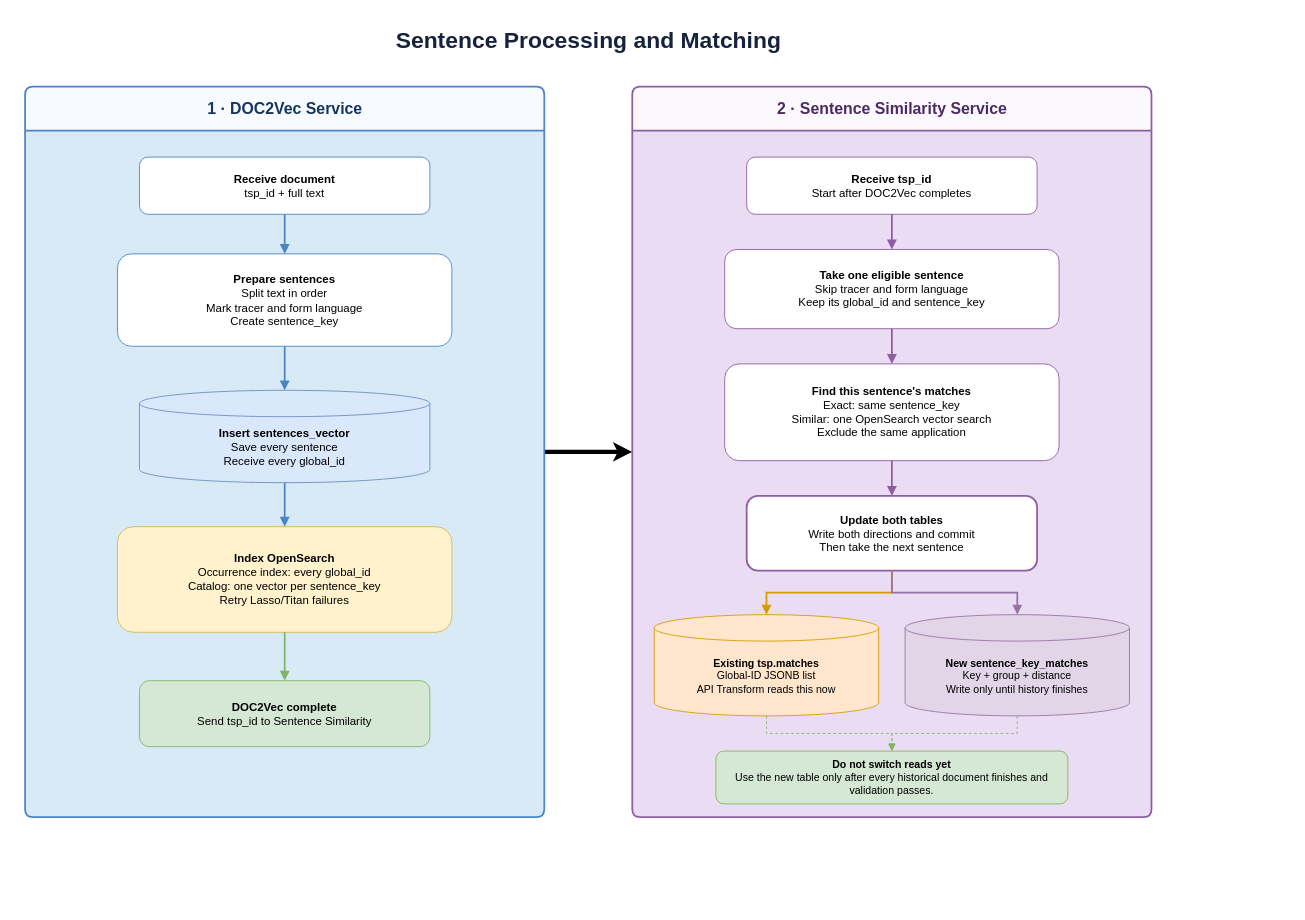
This is sentence-semantic-search/FINAL_SENTENCE_PROCESSING_ARCHITECTURE.drawio from anishniroula1/cake-factory, a draw.io file, before an edit. Source tidied: cells renumbered, new cells numbered last; positions are measured from the earlier drawing's top-left corner, leaving out a move shared by most shapes. Both pictures are drawn from the tidied source at 88%, with x=0, y=0 at pixel (25, 20).
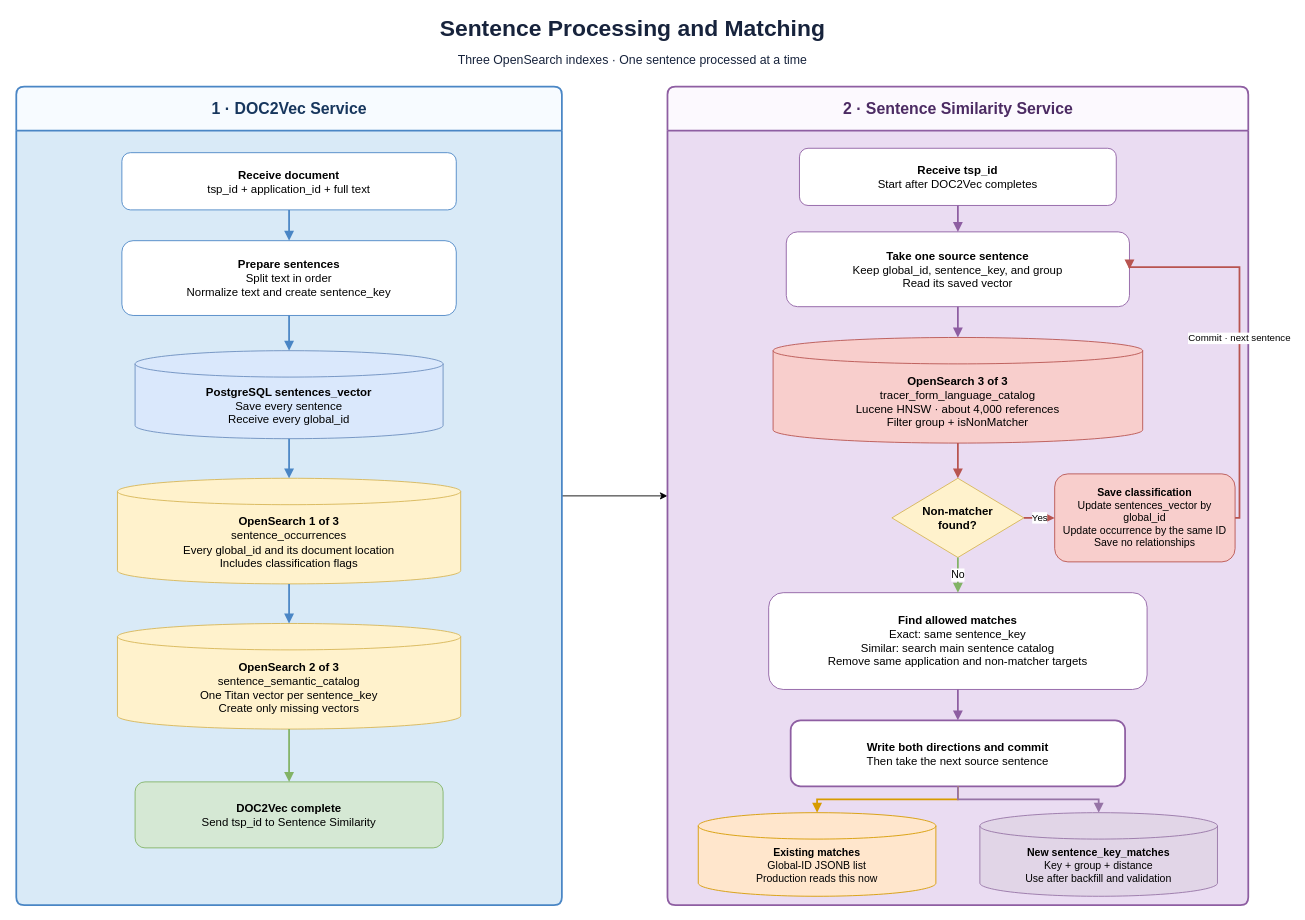
After the change.

The edit, as a diff of the source:
```diff
@@
-    <mxCell id="2" value="&lt;b&gt;Sentence Processing and Matching&lt;/b&gt;" style="text;html=1;align=center;verticalAlign=middle;fontSize=26;fontColor=#17233C;" parent="1" vertex="1">
-      <mxGeometry x="340" width="600" height="45" as="geometry" />
+    <mxCell id="2" value="&lt;b&gt;Sentence Processing and Matching&lt;/b&gt;&lt;br&gt;&lt;font style=&quot;font-size:14px&quot;&gt;Three OpenSearch indexes · One sentence processed at a time&lt;/font&gt;" style="text;html=1;align=center;verticalAlign=middle;fontSize=26;fontColor=#17233C;" parent="1" vertex="1">
+      <mxGeometry x="340" y="-5" width="700" height="60" as="geometry" />
     </mxCell>
-    <mxCell id="3" style="edgeStyle=orthogonalEdgeStyle;rounded=0;jettySize=auto;html=1;entryX=0;entryY=0.5;entryDx=0;entryDy=0;strokeWidth=5;" parent="1" edge="1" source="4" target="14">
+    <mxCell id="3" style="edgeStyle=orthogonalEdgeStyle;rounded=0;jettySize=auto;html=1;entryX=0;entryY=0.5;entryDx=0;entryDy=0;" parent="1" edge="1" source="4" target="14">
       <mxGeometry relative="1" as="geometry" />
     </mxCell>
     <mxCell id="4" value="&lt;b&gt;1 · DOC2Vec Service&lt;/b&gt;" style="swimlane;html=1;horizontal=1;startSize=50;rounded=1;arcSize=6;fillColor=#F7FBFF;swimlaneFillColor=#D9EAF7;strokeColor=#4A86C5;strokeWidth=2;fontColor=#17365D;fontSize=18;" parent="1" vertex="1">
-      <mxGeometry y="75" width="590" height="830" as="geometry" />
+      <mxGeometry x="-10" y="75" width="620" height="930" as="geometry" />
     </mxCell>
-    <mxCell id="5" value="&lt;b&gt;Receive document&lt;/b&gt;&lt;br&gt;tsp_id + full text" style="rounded=1;whiteSpace=wrap;html=1;fillColor=#FFFFFF;strokeColor=#4A86C5;fontSize=13;" parent="4" vertex="1">
-      <mxGeometry x="130" y="80" width="330" height="65" as="geometry" />
+    <mxCell id="5" value="&lt;b&gt;Receive document&lt;/b&gt;&lt;br&gt;tsp_id + application_id + full text" style="rounded=1;whiteSpace=wrap;html=1;fillColor=#FFFFFF;strokeColor=#4A86C5;fontSize=13;" parent="4" vertex="1">
+      <mxGeometry x="120" y="75" width="380" height="65" as="geometry" />
     </mxCell>
-    <mxCell id="6" value="&lt;b&gt;Prepare sentences&lt;/b&gt;&lt;br&gt;Split text in order&lt;br&gt;Mark tracer and form language&lt;br&gt;Create sentence_key" style="rounded=1;whiteSpace=wrap;html=1;fillColor=#FFFFFF;strokeColor=#4A86C5;fontSize=13;" parent="4" vertex="1">
-      <mxGeometry x="105" y="190" width="380" height="105" as="geometry" />
+    <mxCell id="6" value="&lt;b&gt;Prepare sentences&lt;/b&gt;&lt;br&gt;Split text in order&lt;br&gt;Normalize text and create sentence_key" style="rounded=1;whiteSpace=wrap;html=1;fillColor=#FFFFFF;strokeColor=#4A86C5;fontSize=13;" parent="4" vertex="1">
+      <mxGeometry x="120" y="175" width="380" height="85" as="geometry" />
     </mxCell>
-    <mxCell id="7" value="&lt;b&gt;Insert sentences_vector&lt;/b&gt;&lt;br&gt;Save every sentence&lt;br&gt;Receive every global_id" style="shape=cylinder3;whiteSpace=wrap;html=1;boundedLbl=1;backgroundOutline=1;fillColor=#DAE8FC;strokeColor=#6C8EBF;fontSize=13;" parent="4" vertex="1">
-      <mxGeometry x="130" y="345" width="330" height="105" as="geometry" />
+    <mxCell id="7" value="&lt;b&gt;PostgreSQL sentences_vector&lt;/b&gt;&lt;br&gt;Save every sentence&lt;br&gt;Receive every global_id" style="shape=cylinder3;whiteSpace=wrap;html=1;boundedLbl=1;backgroundOutline=1;fillColor=#DAE8FC;strokeColor=#6C8EBF;fontSize=13;" parent="4" vertex="1">
+      <mxGeometry x="135" y="300" width="350" height="100" as="geometry" />
     </mxCell>
-    <mxCell id="8" value="&lt;b&gt;Index OpenSearch&lt;/b&gt;&lt;br&gt;Occurrence index: every global_id&lt;br&gt;Catalog: one vector per sentence_key&lt;br&gt;Retry Lasso/Titan failures" style="rounded=1;whiteSpace=wrap;html=1;fillColor=#FFF2CC;strokeColor=#D6B656;fontSize=13;" parent="4" vertex="1">
-      <mxGeometry x="105" y="500" width="380" height="120" as="geometry" />
-    </mxCell>
+    <mxCell id="29" value="&lt;b&gt;OpenSearch 1 of 3&lt;/b&gt;&lt;br&gt;sentence_occurrences&lt;br&gt;Every global_id and its document location&lt;br&gt;Includes classification flags" style="shape=cylinder3;whiteSpace=wrap;html=1;boundedLbl=1;backgroundOutline=1;fillColor=#FFF2CC;strokeColor=#D6B656;fontSize=13;" parent="4" vertex="1">
+      <mxGeometry x="115" y="445" width="390" height="120" as="geometry" />
+    </mxCell>
+    <mxCell id="30" value="&lt;b&gt;OpenSearch 2 of 3&lt;/b&gt;&lt;br&gt;sentence_semantic_catalog&lt;br&gt;One Titan vector per sentence_key&lt;br&gt;Create only missing vectors" style="shape=cylinder3;whiteSpace=wrap;html=1;boundedLbl=1;backgroundOutline=1;fillColor=#FFF2CC;strokeColor=#D6B656;fontSize=13;" parent="4" vertex="1">
+      <mxGeometry x="115" y="610" width="390" height="120" as="geometry" />
+    </mxCell>
     <mxCell id="9" value="&lt;b&gt;DOC2Vec complete&lt;/b&gt;&lt;br&gt;Send tsp_id to Sentence Similarity" style="rounded=1;whiteSpace=wrap;html=1;fillColor=#D5E8D4;strokeColor=#82B366;fontSize=13;" parent="4" vertex="1">
-      <mxGeometry x="130" y="675" width="330" height="75" as="geometry" />
+      <mxGeometry x="135" y="790" width="350" height="75" as="geometry" />
     </mxCell>
@@
-    <mxCell id="12" style="edgeStyle=orthogonalEdgeStyle;rounded=0;html=1;endArrow=block;endFill=1;strokeColor=#4A86C5;strokeWidth=2;" parent="4" edge="1" source="7" target="8">
+    <mxCell id="12" style="edgeStyle=orthogonalEdgeStyle;rounded=0;html=1;endArrow=block;endFill=1;strokeColor=#4A86C5;strokeWidth=2;" parent="4" edge="1" source="7" target="29">
       <mxGeometry relative="1" as="geometry" />
     </mxCell>
-    <mxCell id="13" style="edgeStyle=orthogonalEdgeStyle;rounded=0;html=1;endArrow=block;endFill=1;strokeColor=#82B366;strokeWidth=2;" parent="4" edge="1" source="8" target="9">
+    <mxCell id="13" style="edgeStyle=orthogonalEdgeStyle;rounded=0;html=1;endArrow=block;endFill=1;strokeColor=#4A86C5;strokeWidth=2;" parent="4" edge="1" source="29" target="30">
       <mxGeometry relative="1" as="geometry" />
     </mxCell>
+    <mxCell id="22" style="edgeStyle=orthogonalEdgeStyle;rounded=0;html=1;endArrow=block;endFill=1;strokeColor=#82B366;strokeWidth=2;" parent="4" edge="1" source="30" target="9">
+      <mxGeometry relative="1" as="geometry" />
+    </mxCell>
     <mxCell id="14" value="&lt;b&gt;2 · Sentence Similarity Service&lt;/b&gt;" style="swimlane;html=1;horizontal=1;startSize=50;rounded=1;arcSize=6;fillColor=#FCF9FE;swimlaneFillColor=#EADCF2;strokeColor=#8E5EA2;strokeWidth=2;fontColor=#4C2B63;fontSize=18;" parent="1" vertex="1">
-      <mxGeometry x="690" y="75" width="590" height="830" as="geometry" />
+      <mxGeometry x="730" y="75" width="660" height="930" as="geometry" />
     </mxCell>
     <mxCell id="15" value="&lt;b&gt;Receive tsp_id&lt;/b&gt;&lt;br&gt;Start after DOC2Vec completes" style="rounded=1;whiteSpace=wrap;html=1;fillColor=#FFFFFF;strokeColor=#8E5EA2;fontSize=13;" parent="14" vertex="1">
-      <mxGeometry x="130" y="80" width="330" height="65" as="geometry" />
+      <mxGeometry x="150" y="70" width="360" height="65" as="geometry" />
     </mxCell>
-    <mxCell id="16" value="&lt;b&gt;Take one eligible sentence&lt;/b&gt;&lt;br&gt;Skip tracer and form language&lt;br&gt;Keep its global_id and sentence_key" style="rounded=1;whiteSpace=wrap;html=1;fillColor=#FFFFFF;strokeColor=#8E5EA2;fontSize=13;" parent="14" vertex="1">
-      <mxGeometry x="105" y="185" width="380" height="90" as="geometry" />
+    <mxCell id="16" value="&lt;b&gt;Take one source sentence&lt;/b&gt;&lt;br&gt;Keep global_id, sentence_key, and group&lt;br&gt;Read its saved vector" style="rounded=1;whiteSpace=wrap;html=1;fillColor=#FFFFFF;strokeColor=#8E5EA2;fontSize=13;" parent="14" vertex="1">
+      <mxGeometry x="135" y="165" width="390" height="85" as="geometry" />
     </mxCell>
+    <mxCell id="31" value="&lt;b&gt;OpenSearch 3 of 3&lt;/b&gt;&lt;br&gt;tracer_form_language_catalog&lt;br&gt;Lucene HNSW · about 4,000 references&lt;br&gt;Filter group + isNonMatcher" style="shape=cylinder3;whiteSpace=wrap;html=1;boundedLbl=1;backgroundOutline=1;fillColor=#F8CECC;strokeColor=#B85450;fontSize=13;" parent="14" vertex="1">
+      <mxGeometry x="120" y="285" width="420" height="120" as="geometry" />
+    </mxCell>
+    <mxCell id="32" value="&lt;b&gt;Non-matcher&lt;br&gt;found?&lt;/b&gt;" style="rhombus;whiteSpace=wrap;html=1;fillColor=#FFF2CC;strokeColor=#D6B656;fontSize=13;" parent="14" vertex="1">
+      <mxGeometry x="255" y="445" width="150" height="90" as="geometry" />
+    </mxCell>
+    <mxCell id="33" value="&lt;b&gt;Save classification&lt;/b&gt;&lt;br&gt;Update sentences_vector by global_id&lt;br&gt;Update occurrence by the same ID&lt;br&gt;Save no relationships" style="rounded=1;whiteSpace=wrap;html=1;fillColor=#F8CECC;strokeColor=#B85450;fontSize=12;" parent="14" vertex="1">
+      <mxGeometry x="440" y="440" width="205" height="100" as="geometry" />
+    </mxCell>
-    <mxCell id="17" value="&lt;b&gt;Find this sentence's matches&lt;/b&gt;&lt;br&gt;Exact: same sentence_key&lt;br&gt;Similar: one OpenSearch vector search&lt;br&gt;Exclude the same application" style="rounded=1;whiteSpace=wrap;html=1;fillColor=#FFFFFF;strokeColor=#8E5EA2;fontSize=13;" parent="14" vertex="1">
-      <mxGeometry x="105" y="315" width="380" height="110" as="geometry" />
+    <mxCell id="17" value="&lt;b&gt;Find allowed matches&lt;/b&gt;&lt;br&gt;Exact: same sentence_key&lt;br&gt;Similar: search main sentence catalog&lt;br&gt;Remove same application and non-matcher targets" style="rounded=1;whiteSpace=wrap;html=1;fillColor=#FFFFFF;strokeColor=#8E5EA2;fontSize=13;" parent="14" vertex="1">
+      <mxGeometry x="115" y="575" width="430" height="110" as="geometry" />
     </mxCell>
-    <mxCell id="18" value="&lt;b&gt;Update both tables&lt;/b&gt;&lt;br&gt;Write both directions and commit&lt;br&gt;Then take the next sentence" style="rounded=1;whiteSpace=wrap;html=1;fillColor=#FFFFFF;strokeColor=#8E5EA2;strokeWidth=2;fontSize=13;" parent="14" vertex="1">
-      <mxGeometry x="130" y="465" width="330" height="85" as="geometry" />
+    <mxCell id="18" value="&lt;b&gt;Write both directions and commit&lt;/b&gt;&lt;br&gt;Then take the next source sentence" style="rounded=1;whiteSpace=wrap;html=1;fillColor=#FFFFFF;strokeColor=#8E5EA2;strokeWidth=2;fontSize=13;" parent="14" vertex="1">
+      <mxGeometry x="140" y="720" width="380" height="75" as="geometry" />
     </mxCell>
-    <mxCell id="19" value="&lt;b&gt;Existing tsp.matches&lt;/b&gt;&lt;br&gt;Global-ID JSONB list&lt;br&gt;API Transform reads this now" style="shape=cylinder3;whiteSpace=wrap;html=1;boundedLbl=1;backgroundOutline=1;fillColor=#FFE6CC;strokeColor=#D79B00;fontSize=12;" parent="14" vertex="1">
-      <mxGeometry x="25" y="600" width="255" height="115" as="geometry" />
+    <mxCell id="19" value="&lt;b&gt;Existing matches&lt;/b&gt;&lt;br&gt;Global-ID JSONB list&lt;br&gt;Production reads this now" style="shape=cylinder3;whiteSpace=wrap;html=1;boundedLbl=1;backgroundOutline=1;fillColor=#FFE6CC;strokeColor=#D79B00;fontSize=12;" parent="14" vertex="1">
+      <mxGeometry x="35" y="825" width="270" height="95" as="geometry" />
     </mxCell>
-    <mxCell id="20" value="&lt;b&gt;New sentence_key_matches&lt;/b&gt;&lt;br&gt;Key + group + distance&lt;br&gt;Write only until history finishes" style="shape=cylinder3;whiteSpace=wrap;html=1;boundedLbl=1;backgroundOutline=1;fillColor=#E1D5E7;strokeColor=#9673A6;fontSize=12;" parent="14" vertex="1">
-      <mxGeometry x="310" y="600" width="255" height="115" as="geometry" />
+    <mxCell id="20" value="&lt;b&gt;New sentence_key_matches&lt;/b&gt;&lt;br&gt;Key + group + distance&lt;br&gt;Use after backfill and validation" style="shape=cylinder3;whiteSpace=wrap;html=1;boundedLbl=1;backgroundOutline=1;fillColor=#E1D5E7;strokeColor=#9673A6;fontSize=12;" parent="14" vertex="1">
+      <mxGeometry x="355" y="825" width="270" height="95" as="geometry" />
     </mxCell>
-    <mxCell id="21" value="&lt;b&gt;Do not switch reads yet&lt;/b&gt;&lt;br&gt;Use the new table only after every historical document finishes and validation passes." style="rounded=1;whiteSpace=wrap;html=1;fillColor=#D5E8D4;strokeColor=#82B366;fontSize=12;" parent="14" vertex="1">
-      <mxGeometry x="95" y="755" width="400" height="60" as="geometry" />
-    </mxCell>
-    <mxCell id="22" style="edgeStyle=orthogonalEdgeStyle;rounded=0;html=1;endArrow=block;endFill=1;strokeColor=#8E5EA2;strokeWidth=2;" parent="14" edge="1" source="15" target="16">
-      <mxGeometry relative="1" as="geometry" />
-    </mxCell>
-    <mxCell id="23" style="edgeStyle=orthogonalEdgeStyle;rounded=0;html=1;endArrow=block;endFill=1;strokeColor=#8E5EA2;strokeWidth=2;" parent="14" edge="1" source="16" target="17">
+    <mxCell id="23" style="edgeStyle=orthogonalEdgeStyle;rounded=0;html=1;endArrow=block;endFill=1;strokeColor=#8E5EA2;strokeWidth=2;" parent="14" edge="1" source="15" target="16">
       <mxGeometry relative="1" as="geometry" />
     </mxCell>
-    <mxCell id="24" style="edgeStyle=orthogonalEdgeStyle;rounded=0;html=1;endArrow=block;endFill=1;strokeColor=#8E5EA2;strokeWidth=2;" parent="14" edge="1" source="17" target="18">
+    <mxCell id="24" style="edgeStyle=orthogonalEdgeStyle;rounded=0;html=1;endArrow=block;endFill=1;strokeColor=#8E5EA2;strokeWidth=2;" parent="14" edge="1" source="16" target="31">
       <mxGeometry relative="1" as="geometry" />
     </mxCell>
-    <mxCell id="25" style="edgeStyle=orthogonalEdgeStyle;rounded=0;html=1;endArrow=block;endFill=1;strokeColor=#D79B00;strokeWidth=2;" parent="14" edge="1" source="18" target="19">
+    <mxCell id="25" style="edgeStyle=orthogonalEdgeStyle;rounded=0;html=1;endArrow=block;endFill=1;strokeColor=#B85450;strokeWidth=2;" parent="14" edge="1" source="31" target="32">
       <mxGeometry relative="1" as="geometry" />
     </mxCell>
-    <mxCell id="26" style="edgeStyle=orthogonalEdgeStyle;rounded=0;html=1;endArrow=block;endFill=1;strokeColor=#9673A6;strokeWidth=2;" parent="14" edge="1" source="18" target="20">
+    <mxCell id="26" value="No" style="edgeStyle=orthogonalEdgeStyle;rounded=0;html=1;endArrow=block;endFill=1;strokeColor=#82B366;strokeWidth=2;fontSize=12;" parent="14" edge="1" source="32" target="17">
       <mxGeometry relative="1" as="geometry" />
     </mxCell>
-    <mxCell id="27" style="edgeStyle=orthogonalEdgeStyle;rounded=0;html=1;endArrow=block;endFill=1;strokeColor=#82B366;dashed=1;" parent="14" edge="1" source="19" target="21">
+    <mxCell id="27" value="Yes" style="edgeStyle=orthogonalEdgeStyle;rounded=0;html=1;endArrow=block;endFill=1;strokeColor=#B85450;strokeWidth=2;fontSize=11;exitX=1;exitY=0.5;entryX=0;entryY=0.5;" parent="14" edge="1" source="32" target="33">
       <mxGeometry relative="1" as="geometry" />
     </mxCell>
+    <mxCell id="34" value="Commit · next sentence" style="edgeStyle=orthogonalEdgeStyle;rounded=0;html=1;endArrow=block;endFill=1;strokeColor=#B85450;strokeWidth=2;fontSize=11;exitX=1;exitY=0.5;entryX=1;entryY=0.5;" parent="14" edge="1" source="33" target="16">
+      <mxGeometry relative="1" as="geometry">
+        <Array as="points">
+          <mxPoint x="650" y="490" />
+          <mxPoint x="650" y="205" />
+        </Array>
+      </mxGeometry>
+    </mxCell>
-    <mxCell id="28" style="edgeStyle=orthogonalEdgeStyle;rounded=0;html=1;endArrow=block;endFill=1;strokeColor=#82B366;dashed=1;" parent="14" edge="1" source="20" target="21">
+    <mxCell id="28" style="edgeStyle=orthogonalEdgeStyle;rounded=0;html=1;endArrow=block;endFill=1;strokeColor=#8E5EA2;strokeWidth=2;" parent="14" edge="1" source="17" target="18">
       <mxGeometry relative="1" as="geometry" />
     </mxCell>
+    <mxCell id="35" style="edgeStyle=orthogonalEdgeStyle;rounded=0;html=1;endArrow=block;endFill=1;strokeColor=#D79B00;strokeWidth=2;" parent="14" edge="1" source="18" target="19">
+      <mxGeometry relative="1" as="geometry" />
+    </mxCell>
+    <mxCell id="36" style="edgeStyle=orthogonalEdgeStyle;rounded=0;html=1;endArrow=block;endFill=1;strokeColor=#9673A6;strokeWidth=2;" parent="14" edge="1" source="18" target="20">
+      <mxGeometry relative="1" as="geometry" />
+    </mxCell>
```
